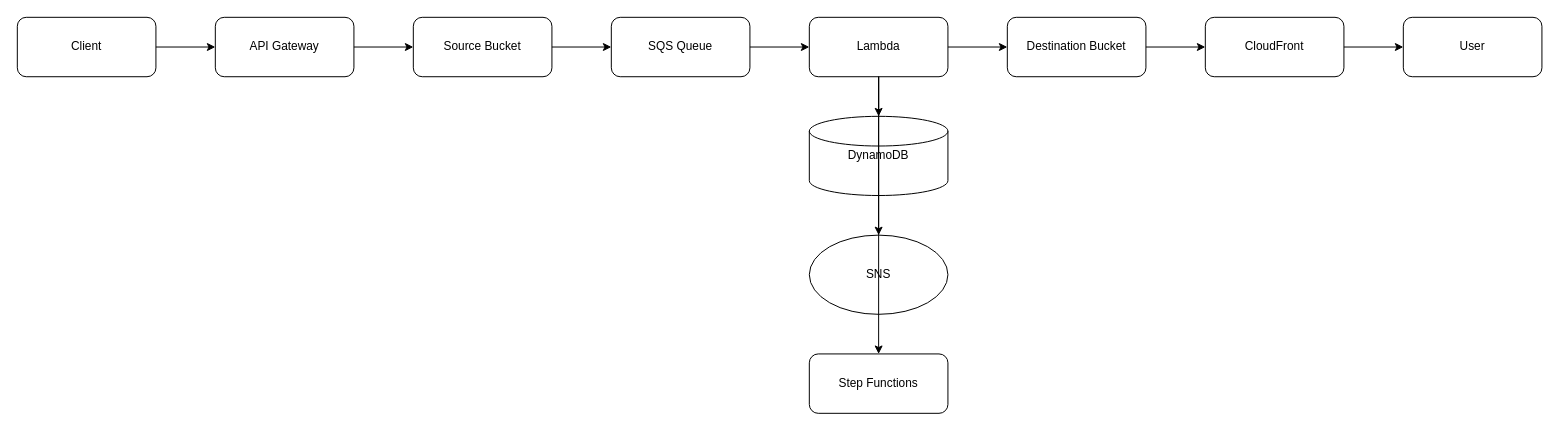
GibzB/Manara-Project-Solutions-Architect keeps this draw.io diagram as serverless-image-processing-pipeline/architecture.drawio. Above is the earlier version. Source tidied: cells renumbered, new cells numbered last; positions are measured from the earlier drawing's top-left corner, leaving out a move shared by most shapes. Both pictures are drawn from the tidied source at 99%, with x=0, y=0 at pixel (17, 17).
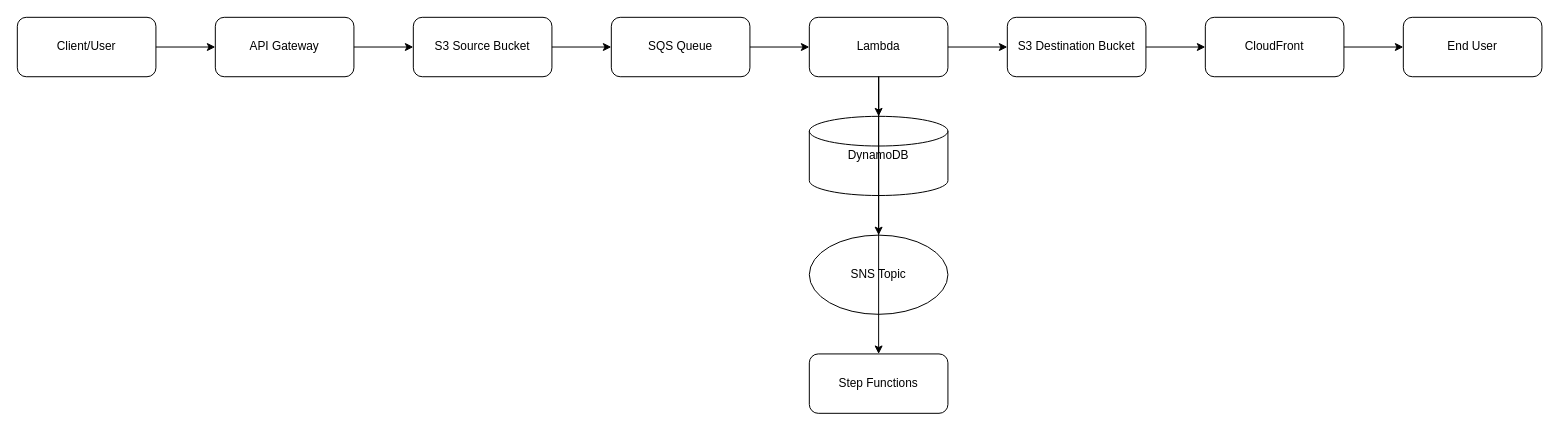
After the change.

Commit message:
Add AWS architecture diagram with proper service names

Diff of the diagram source:
```diff
@@
-    <mxCell id="2" value="Client" style="rounded=1;whiteSpace=wrap;html=1;" parent="1" vertex="1">
+    <mxCell id="2" value="Client/User" style="rounded=1;whiteSpace=wrap;html=1;" parent="1" vertex="1">
       <mxGeometry width="140" height="60" as="geometry" />
     </mxCell>
@@
-    <mxCell id="5" value="Source Bucket" style="rounded=1;whiteSpace=wrap;html=1;" parent="1" vertex="1">
+    <mxCell id="5" value="S3 Source Bucket" style="rounded=1;whiteSpace=wrap;html=1;" parent="1" vertex="1">
       <mxGeometry x="400" width="140" height="60" as="geometry" />
     </mxCell>
@@
-    <mxCell id="11" value="Destination Bucket" style="rounded=1;whiteSpace=wrap;html=1;" parent="1" vertex="1">
+    <mxCell id="11" value="S3 Destination Bucket" style="rounded=1;whiteSpace=wrap;html=1;" parent="1" vertex="1">
       <mxGeometry x="1000" width="140" height="60" as="geometry" />
     </mxCell>
@@
-    <mxCell id="15" value="User" style="rounded=1;whiteSpace=wrap;html=1;" parent="1" vertex="1">
+    <mxCell id="15" value="End User" style="rounded=1;whiteSpace=wrap;html=1;" parent="1" vertex="1">
       <mxGeometry x="1400" width="140" height="60" as="geometry" />
     </mxCell>
@@
-    <mxCell id="19" value="SNS" style="ellipse;whiteSpace=wrap;html=1;" parent="1" vertex="1">
+    <mxCell id="19" value="SNS Topic" style="ellipse;whiteSpace=wrap;html=1;" parent="1" vertex="1">
       <mxGeometry x="800" y="220" width="140" height="80" as="geometry" />
     </mxCell>
```
